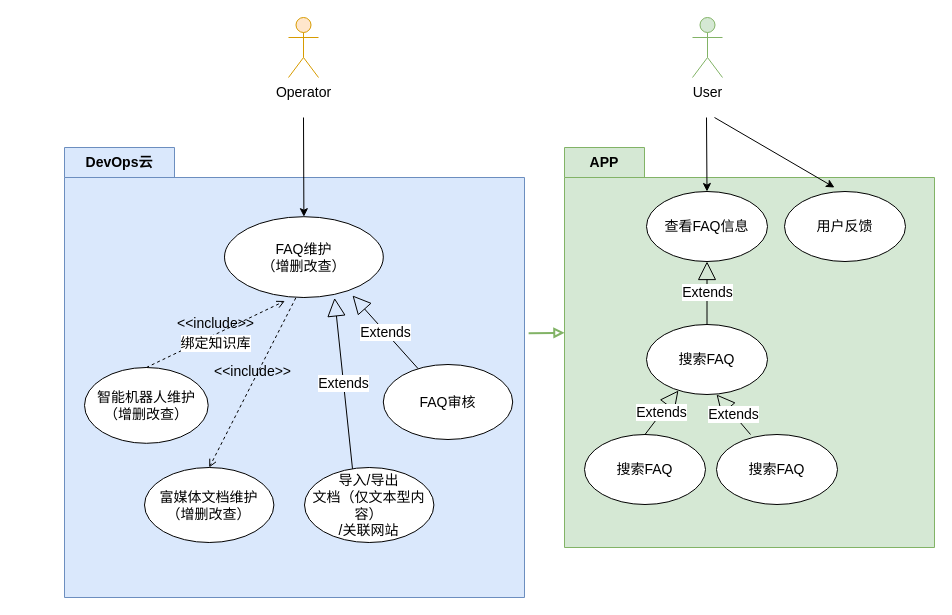
This is 宇视云App之FAQ用例视图.drawio from HuaHero/OnLineFaq, a draw.io file, before an edit. Source tidied: cells renumbered, new cells numbered last; positions are measured from the earlier drawing's top-left corner, leaving out a move shared by most shapes. Both pictures are drawn from the tidied source at 100%, with x=0, y=0 at pixel (64, 17).
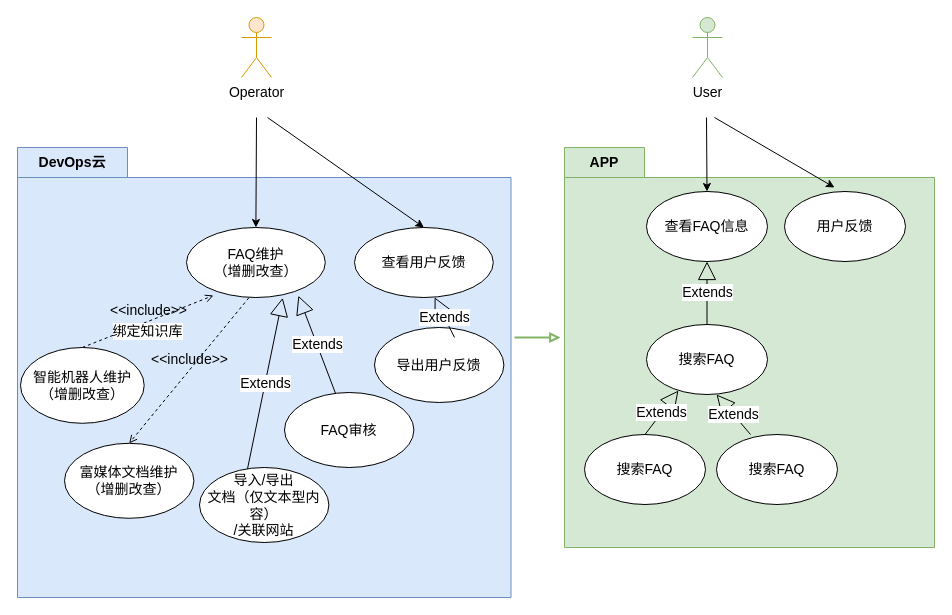
Above is the later version.

Commit message:
更新宇视云App之FAQ用例视图.drawio

The change refers to these unchanged cells:
```xml
<mxCell id="2" style="shape=folder;fontStyle=1;tabWidth=80;tabHeight=30;tabPosition=left;html=1;boundedLbl=1;whiteSpace=wrap;fontSize=14;fillColor=#d5e8d4;strokeColor=#82b366;" parent="1" vertex="1">
  <mxGeometry x="500" y="130" width="370" height="400" as="geometry" />
</mxCell>
```

The edit, as a diff of the source:
```diff
@@
     <mxCell id="3" value="DevOps云" style="shape=folder;fontStyle=1;tabWidth=110;tabHeight=30;tabPosition=left;html=1;boundedLbl=1;labelInHeader=1;whiteSpace=wrap;fontSize=14;fillColor=#dae8fc;strokeColor=#6c8ebf;" parent="1" vertex="1">
-      <mxGeometry y="130" width="460" height="450" as="geometry" />
+      <mxGeometry x="-47" y="130" width="493.5" height="450" as="geometry" />
     </mxCell>
@@
     <mxCell id="5" value="智能机器人维护&lt;div style=&quot;font-size: 14px;&quot;&gt;（增删改查）&lt;/div&gt;" style="ellipse;whiteSpace=wrap;html=1;fontSize=14;" parent="3" vertex="1">
-      <mxGeometry x="20" y="220" width="123.7" height="75.8" as="geometry" />
+      <mxGeometry x="3" y="200" width="123.7" height="75.8" as="geometry" />
     </mxCell>
     <mxCell id="6" value="FAQ维护&lt;div style=&quot;font-size: 14px;&quot;&gt;（增删改查）&lt;/div&gt;" style="ellipse;whiteSpace=wrap;html=1;fontSize=14;" parent="3" vertex="1">
-      <mxGeometry x="160" y="69.2" width="158.8" height="80.8" as="geometry" />
+      <mxGeometry x="169" y="80" width="138.8" height="70" as="geometry" />
     </mxCell>
-    <mxCell id="7" value="&amp;lt;&amp;lt;include&amp;gt;&amp;gt;" style="html=1;verticalAlign=bottom;labelBackgroundColor=none;endArrow=open;endFill=0;dashed=1;rounded=0;entryX=0.38;entryY=1.043;entryDx=0;entryDy=0;entryPerimeter=0;exitX=0.5;exitY=0;exitDx=0;exitDy=0;fontSize=14;" parent="3" edge="1" source="5" target="6">
+    <mxCell id="7" value="&amp;lt;&amp;lt;include&amp;gt;&amp;gt;" style="html=1;verticalAlign=bottom;labelBackgroundColor=none;endArrow=open;endFill=0;dashed=1;rounded=0;exitX=0.5;exitY=0;exitDx=0;exitDy=0;fontSize=14;entryX=0.194;entryY=0.971;entryDx=0;entryDy=0;entryPerimeter=0;" parent="3" edge="1" source="5" target="6">
       <mxGeometry relative="1" as="geometry" />
     </mxCell>
@@
     <mxCell id="9" value="富媒体文档维护&lt;div style=&quot;font-size: 14px;&quot;&gt;（增删改查）&lt;/div&gt;" style="ellipse;whiteSpace=wrap;html=1;fontSize=14;" parent="3" vertex="1">
-      <mxGeometry x="80" y="320" width="129.4" height="75" as="geometry" />
+      <mxGeometry x="47" y="295.8" width="129.4" height="75" as="geometry" />
     </mxCell>
     <mxCell id="10" value="导入/导出&lt;div style=&quot;font-size: 14px;&quot;&gt;文档（仅文本型内容）&lt;div style=&quot;font-size: 14px;&quot;&gt;/关联网站&lt;/div&gt;&lt;/div&gt;" style="ellipse;whiteSpace=wrap;html=1;fontSize=14;" parent="3" vertex="1">
-      <mxGeometry x="240" y="320" width="129.4" height="75" as="geometry" />
+      <mxGeometry x="182" y="320" width="129.4" height="75" as="geometry" />
     </mxCell>
@@
     <mxCell id="13" value="FAQ审核" style="ellipse;whiteSpace=wrap;html=1;fontSize=14;" parent="3" vertex="1">
-      <mxGeometry x="318.8" y="217" width="129.4" height="75" as="geometry" />
+      <mxGeometry x="267" y="245" width="129.4" height="75" as="geometry" />
     </mxCell>
@@
+    <mxCell id="30" style="endArrow=classic;html=1;rounded=0;entryX=0.5;entryY=0;entryDx=0;entryDy=0;fontSize=14;" parent="3" edge="1" target="31">
+      <mxGeometry relative="1" as="geometry">
+        <mxPoint x="250" y="-30" as="sourcePoint" />
+      </mxGeometry>
+    </mxCell>
+    <mxCell id="31" value="查看用户反馈" style="ellipse;whiteSpace=wrap;html=1;fontSize=14;" parent="3" vertex="1">
+      <mxGeometry x="337" y="80" width="138.8" height="70" as="geometry" />
+    </mxCell>
+    <mxCell id="32" value="导出用户反馈" style="ellipse;whiteSpace=wrap;html=1;fontSize=14;" parent="3" vertex="1">
+      <mxGeometry x="357" y="180" width="129.4" height="75" as="geometry" />
+    </mxCell>
+    <mxCell id="33" value="Extends" style="endArrow=block;endSize=16;endFill=0;html=1;rounded=0;entryX=0.806;entryY=0.975;entryDx=0;entryDy=0;entryPerimeter=0;fontSize=14;" parent="3" edge="1">
+      <mxGeometry relative="1" as="geometry">
+        <mxPoint x="437" y="190" as="sourcePoint" />
+        <mxPoint x="417.1" y="149.8" as="targetPoint" />
+      </mxGeometry>
+    </mxCell>
     <mxCell id="15" value="Operator" style="shape=umlActor;verticalLabelPosition=bottom;verticalAlign=top;html=1;fontSize=14;fillColor=#ffe6cc;strokeColor=#d79b00;" parent="1" vertex="1">
-      <mxGeometry x="224" width="30" height="60" as="geometry" />
+      <mxGeometry x="177" width="30" height="60" as="geometry" />
     </mxCell>
     <mxCell id="16" style="endArrow=classic;html=1;rounded=0;entryX=0.5;entryY=0;entryDx=0;entryDy=0;fontSize=14;" parent="1" edge="1" target="6">
       <mxGeometry relative="1" as="geometry">
-        <mxPoint x="239" y="100" as="sourcePoint" />
+        <mxPoint x="192" y="100" as="sourcePoint" />
       </mxGeometry>
     </mxCell>
@@
-    <mxCell id="29" style="endArrow=block;html=1;rounded=0;exitX=1.009;exitY=0.413;exitDx=0;exitDy=0;exitPerimeter=0;entryX=0;entryY=0.463;entryDx=0;entryDy=0;entryPerimeter=0;labelBackgroundColor=default;endFill=0;fillColor=#d5e8d4;strokeColor=#82b366;strokeWidth=2;" parent="1" edge="1" source="3" target="2">
-      <mxGeometry relative="1" as="geometry" />
+    <mxCell id="29" style="endArrow=block;html=1;rounded=0;labelBackgroundColor=default;endFill=0;fillColor=#d5e8d4;strokeColor=#82b366;strokeWidth=2;entryX=-0.011;entryY=0.475;entryDx=0;entryDy=0;entryPerimeter=0;" parent="1" edge="1" target="2">
+      <mxGeometry relative="1" as="geometry">
+        <mxPoint x="450" y="320" as="sourcePoint" />
+      </mxGeometry>
     </mxCell>
```
